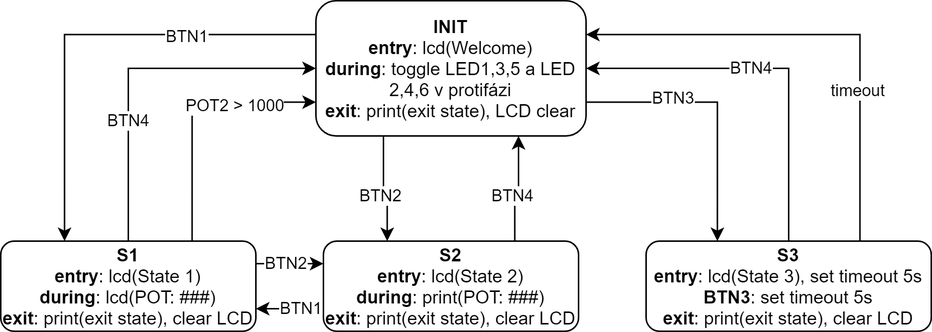
Earlier version of the draw.io export 02_cv_zadani/11_CV_FAQ/FSM_diagram_ukol.png (roborros/BUT-FME-REV). Source tidied: cells renumbered, new cells last; positions are measured from the earlier drawing's top-left corner, leaving out a move shared by most shapes.
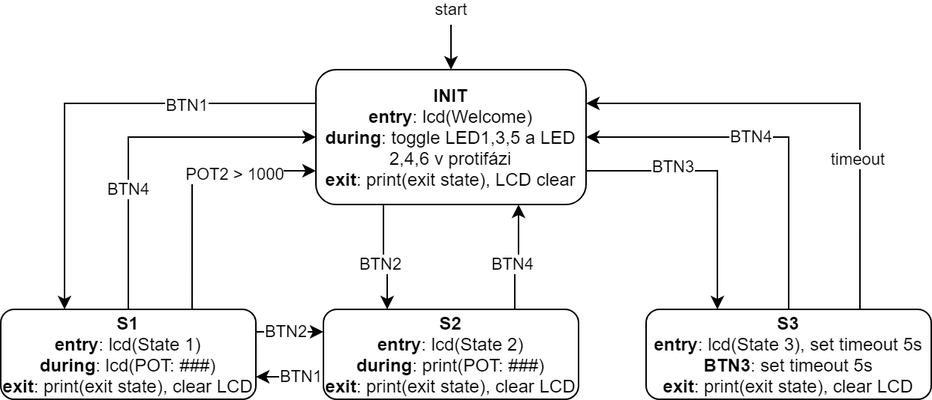
The same file after the commit.

The edit, as a diff of the source:
```diff
@@ -93,5 +93,15 @@
     <mxCell id="25" value="&lt;b&gt;S3&lt;br&gt;entry&lt;/b&gt;: lcd(State 3), set timeout 5s&lt;br&gt;&lt;b&gt;BTN3&lt;/b&gt;: set timeout 5s&lt;br&gt;&lt;b&gt;exit&lt;/b&gt;: print(exit state), clear LCD" style="rounded=1;whiteSpace=wrap;html=1;" parent="1" vertex="1">
       <mxGeometry x="430" y="160" width="190" height="60" as="geometry" />
     </mxCell>
+    <mxCell id="26" style="endArrow=classic;html=1;entryX=0.5;entryY=0;entryDx=0;entryDy=0;" parent="1" edge="1" target="8">
+      <mxGeometry relative="1" as="geometry">
+        <mxPoint x="300" y="-30" as="sourcePoint" />
+      </mxGeometry>
+    </mxCell>
+    <mxCell id="27" value="start" style="edgeLabel;html=1;align=center;verticalAlign=middle;" parent="26" vertex="1">
+      <mxGeometry x="0.31" relative="1" as="geometry">
+        <mxPoint y="-29.4" as="offset" />
+      </mxGeometry>
+    </mxCell>
   </root>
 </mxGraphModel>
```
